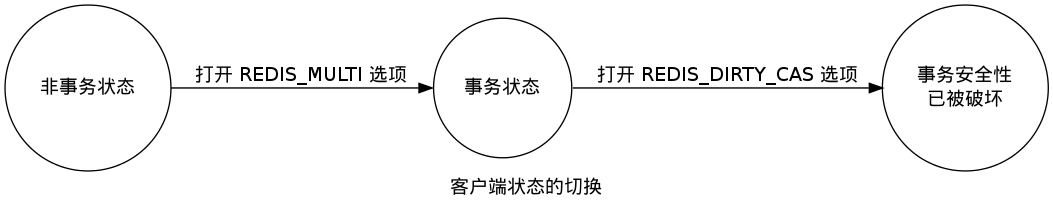
Before: feature/image/dirty_cas.png, a diagram exported from Graphviz (huangzworks/redisbook). Its source is kept beside it as feature/image/dirty_cas.dot. The source it was exported from:
```dot
digraph dirty_cas {
    rankdir = LR;
    node [shape = circle];

    label = "客户端状态的切换";

    normal [label = "非事务状态"];

    transaction [label = "事务状态"];

    dirty_cas [label = "事务安全性\n已被破坏"];

    normal -> transaction [label = "打开 REDIS_MULTI 选项"];

    transaction -> dirty_cas [label = "打开 REDIS_DIRTY_CAS 选项"];
}
```
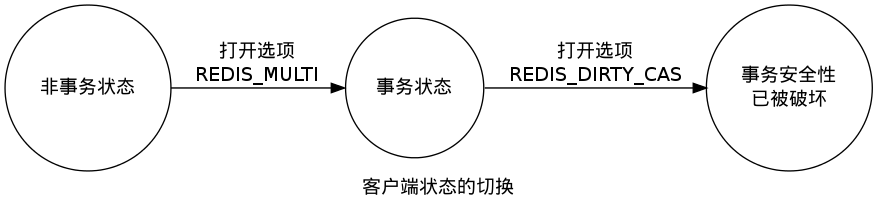
Later version of the same file.

Diff of the diagram source:
```diff
@@ -10,7 +10,7 @@
 
     dirty_cas [label = "事务安全性\n已被破坏"];
 
-    normal -> transaction [label = "打开 REDIS_MULTI 选项"];
+    normal -> transaction [label = "打开选项\nREDIS_MULTI"];
 
-    transaction -> dirty_cas [label = "打开 REDIS_DIRTY_CAS 选项"];
+    transaction -> dirty_cas [label = "打开选项\nREDIS_DIRTY_CAS"];
 }
```
